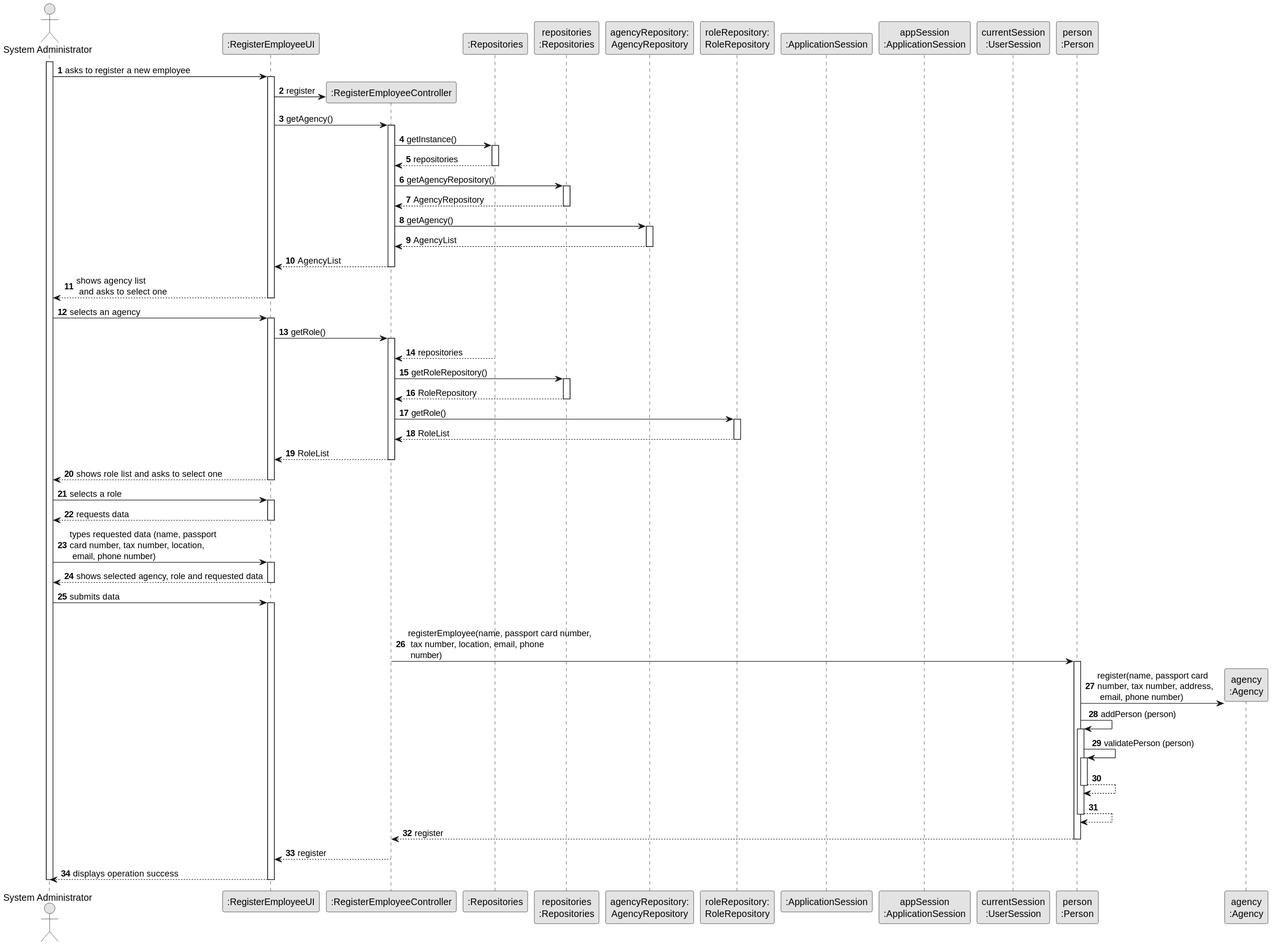
Earlier version of the PlantUML export docs/sprintB/us003/03.design/svg/us003-sequence-diagram-full.svg (rita-barbosa/LAPR2-2223).
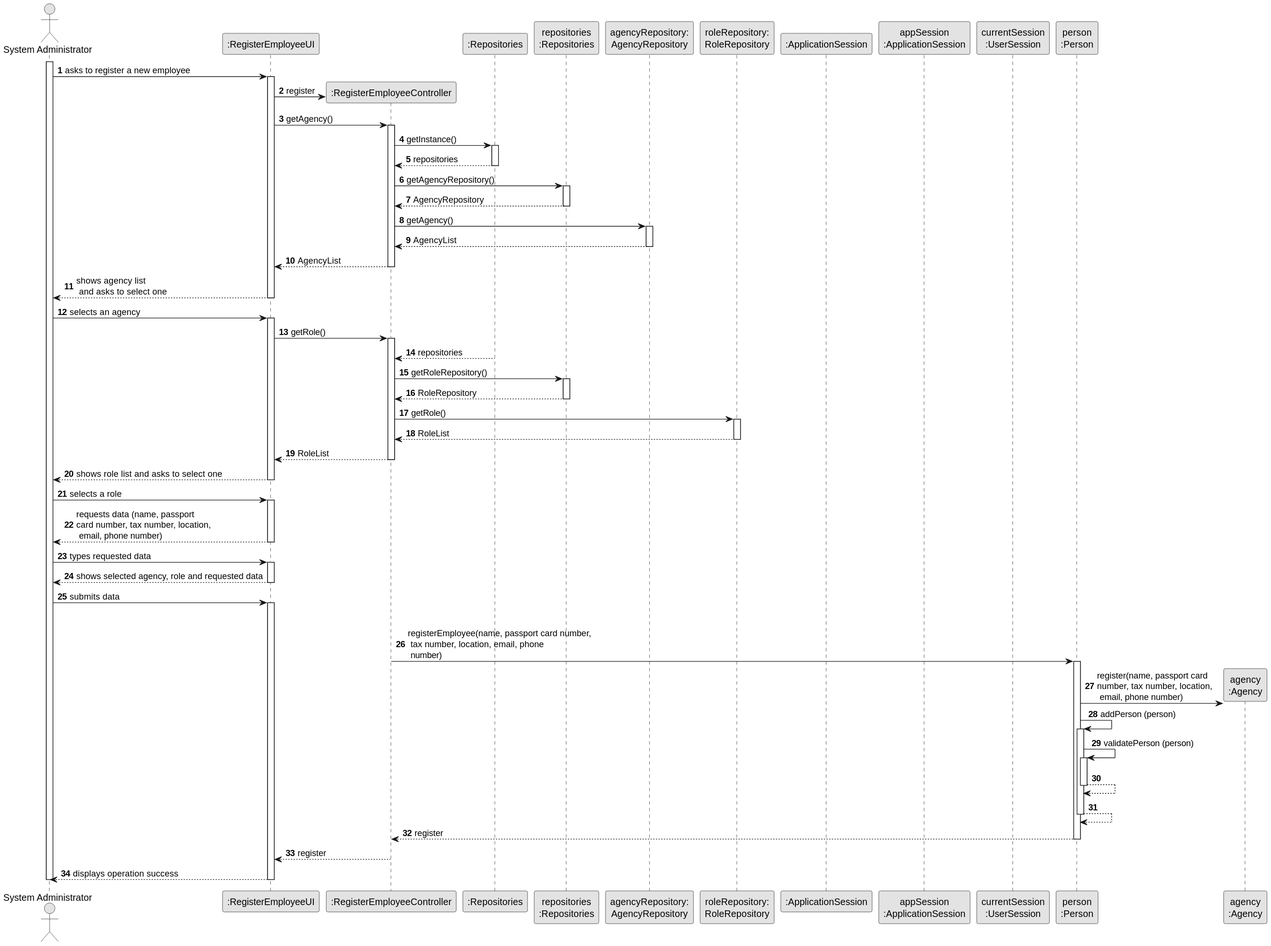
The same diagram one commit later.

Change to the diagram source:
```diff
@@ -86,10 +86,10 @@
     ADM -> UI : selects a role
     activate UI
 
-        UI --> ADM : requests data
+        UI --> ADM : requests data (name, passport \ncard number, tax number, location,\n email, phone number)
     deactivate UI
 
-    ADM -> UI : types requested data (name, passport \ncard number, tax number, location,\n email, phone number)
+    ADM -> UI : types requested data
     activate UI
 
         UI --> ADM : shows selected agency, role and requested data
@@ -102,7 +102,7 @@
             CTRL -> PERSON: registerEmployee(name, passport card number,\n tax number, location, email, phone\n number)
             activate PERSON
 
-                PERSON -> AGENCY**: register(name, passport card \nnumber, tax number, address,\n email, phone number)
+                PERSON -> AGENCY**: register(name, passport card \nnumber, tax number, location,\n email, phone number)
                 PERSON -> PERSON: addPerson (person)
 
 
```
